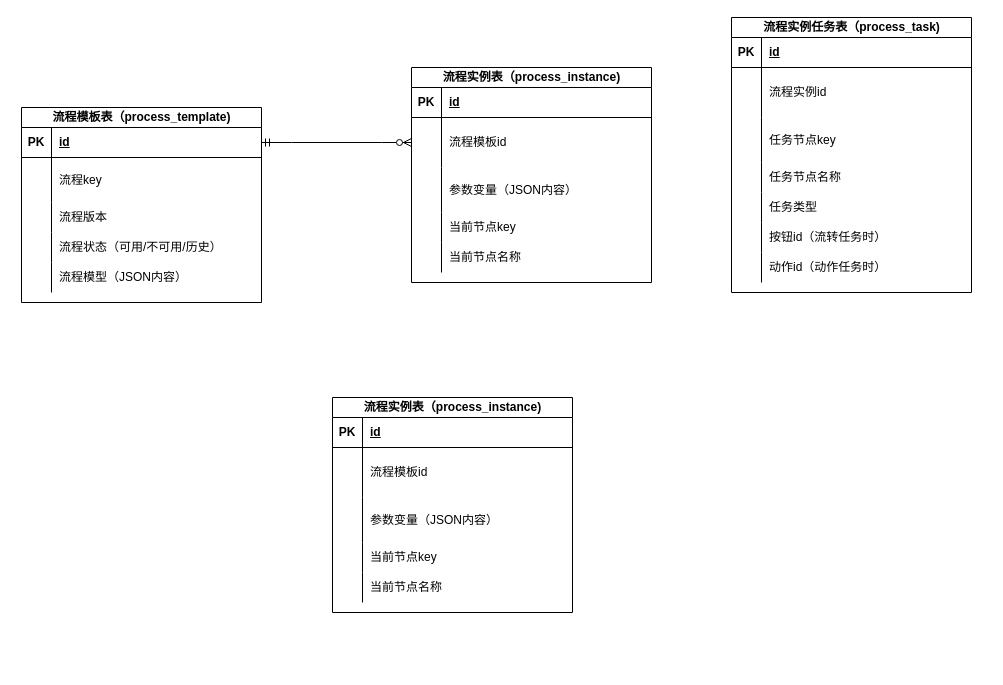
cnbeiyu/cxx-graduation keeps this draw.io diagram as page "第 2 页" (2 of 2) of domino er图.drawio. Above is the earlier version. Source tidied: cells renumbered, new cells numbered last; positions are measured from the earlier drawing's top-left corner, leaving out a move shared by most shapes. Both pictures are drawn from the tidied source at 100%, with x=0, y=0 at pixel (21, 17).
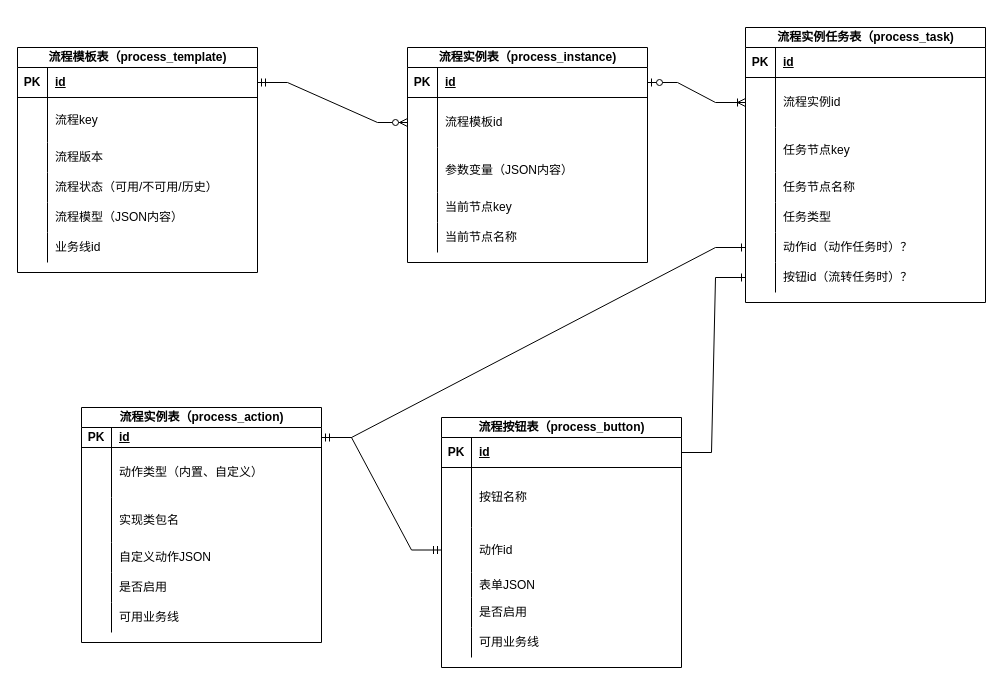
Above is the later version.

The change refers to these unchanged cells:
```xml
<mxCell id="19" style="shape=tableRow;horizontal=0;startSize=0;swimlaneHead=0;swimlaneBody=0;fillColor=none;points=[[0,0.5],[1,0.5]];portConstraint=eastwest;top=0;left=0;right=0;bottom=1;labelBackgroundColor=none;" parent="18" vertex="1">
  <mxGeometry y="20" width="240" height="30" as="geometry" />
</mxCell>
<mxCell id="39" style="shape=tableRow;horizontal=0;startSize=0;swimlaneHead=0;swimlaneBody=0;fillColor=none;points=[[0,0.5],[1,0.5]];portConstraint=eastwest;top=0;left=0;right=0;bottom=0;labelBackgroundColor=none;" parent="35" vertex="1">
  <mxGeometry y="50" width="240" height="50" as="geometry" />
</mxCell>
<mxCell id="51" style="shape=tableRow;horizontal=0;startSize=0;swimlaneHead=0;swimlaneBody=0;fillColor=none;points=[[0,0.5],[1,0.5]];portConstraint=eastwest;top=0;left=0;right=0;bottom=0;labelBackgroundColor=none;" parent="35" vertex="1">
  <mxGeometry y="205" width="240" height="30" as="geometry" />
</mxCell>
<mxCell id="54" style="shape=tableRow;horizontal=0;startSize=0;swimlaneHead=0;swimlaneBody=0;fillColor=none;points=[[0,0.5],[1,0.5]];portConstraint=eastwest;top=0;left=0;right=0;bottom=0;labelBackgroundColor=none;" parent="35" vertex="1">
  <mxGeometry y="235" width="240" height="30" as="geometry" />
</mxCell>
```

Change to the diagram source:
```diff
@@
     <mxCell id="2" value="流程模板表（process_template)" style="shape=table;startSize=20;childLayout=tableLayout;rowLines=0;fontStyle=1;align=center;html=1;strokeWidth=1;labelBackgroundColor=none;" parent="1" vertex="1">
-      <mxGeometry y="90" width="240" height="195" as="geometry" />
+      <mxGeometry x="-4" y="30" width="240" height="225" as="geometry" />
     </mxCell>
@@
+    <mxCell id="73" style="shape=tableRow;horizontal=0;startSize=0;swimlaneHead=0;swimlaneBody=0;fillColor=none;top=0;left=0;right=0;bottom=0;labelBackgroundColor=none;" parent="2" vertex="1">
+      <mxGeometry y="185" width="240" height="30" as="geometry" />
+    </mxCell>
+    <mxCell id="74" style="shape=partialRectangle;fillColor=none;top=0;left=0;bottom=0;right=0;overflow=hidden;whiteSpace=wrap;html=1;labelBackgroundColor=none;" parent="73" vertex="1">
+      <mxGeometry width="30" height="30" as="geometry" />
+    </mxCell>
+    <mxCell id="75" value="业务线id" style="shape=partialRectangle;fillColor=none;top=0;left=0;bottom=0;right=0;align=left;spacingLeft=6;overflow=hidden;whiteSpace=wrap;html=1;labelBackgroundColor=none;" parent="73" vertex="1">
+      <mxGeometry x="30" width="210" height="30" as="geometry" />
+    </mxCell>
     <mxCell id="18" value="流程实例表（process_instance)" style="shape=table;startSize=20;childLayout=tableLayout;rowLines=0;fontStyle=1;align=center;html=1;strokeWidth=1;labelBackgroundColor=none;" parent="1" vertex="1">
-      <mxGeometry x="390" y="50" width="240" height="215" as="geometry" />
+      <mxGeometry x="386" y="30" width="240" height="215" as="geometry" />
     </mxCell>
@@
     <mxCell id="35" value="流程实例任务表（process_task)" style="shape=table;startSize=20;childLayout=tableLayout;rowLines=0;fontStyle=1;align=center;html=1;strokeWidth=1;labelBackgroundColor=none;" parent="1" vertex="1">
-      <mxGeometry x="710" width="240" height="275" as="geometry" />
+      <mxGeometry x="724" y="10" width="240" height="275" as="geometry" />
     </mxCell>
@@
-    <mxCell id="53" value="按钮id（流转任务时）" style="shape=partialRectangle;fillColor=none;top=0;left=0;bottom=0;right=0;align=left;spacingLeft=6;overflow=hidden;whiteSpace=wrap;html=1;labelBackgroundColor=none;" parent="51" vertex="1">
+    <mxCell id="53" value="动作id（动作任务时）？" style="shape=partialRectangle;fillColor=none;top=0;left=0;bottom=0;right=0;align=left;spacingLeft=6;overflow=hidden;whiteSpace=wrap;html=1;labelBackgroundColor=none;" parent="51" vertex="1">
       <mxGeometry x="30" width="210" height="30" as="geometry" />
     </mxCell>
@@
-    <mxCell id="56" value="动作id（动作任务时）" style="shape=partialRectangle;fillColor=none;top=0;left=0;bottom=0;right=0;align=left;spacingLeft=6;overflow=hidden;whiteSpace=wrap;html=1;labelBackgroundColor=none;" parent="54" vertex="1">
+    <mxCell id="56" value="按钮id（流转任务时）？" style="shape=partialRectangle;fillColor=none;top=0;left=0;bottom=0;right=0;align=left;spacingLeft=6;overflow=hidden;whiteSpace=wrap;html=1;labelBackgroundColor=none;" parent="54" vertex="1">
       <mxGeometry x="30" width="210" height="30" as="geometry" />
     </mxCell>
-    <mxCell id="57" value="流程实例表（process_instance)" style="shape=table;startSize=20;childLayout=tableLayout;rowLines=0;fontStyle=1;align=center;html=1;strokeWidth=1;labelBackgroundColor=none;" parent="1" vertex="1">
-      <mxGeometry x="311" y="380" width="240" height="215" as="geometry" />
+    <mxCell id="57" value="流程实例表（process_action)" style="shape=table;startSize=20;childLayout=tableLayout;rowLines=0;fontStyle=1;align=center;html=1;strokeWidth=1;labelBackgroundColor=none;" parent="1" vertex="1">
+      <mxGeometry x="60" y="390" width="240" height="235" as="geometry" />
     </mxCell>
     <mxCell id="58" style="shape=tableRow;horizontal=0;startSize=0;swimlaneHead=0;swimlaneBody=0;fillColor=none;points=[[0,0.5],[1,0.5]];portConstraint=eastwest;top=0;left=0;right=0;bottom=1;labelBackgroundColor=none;" parent="57" vertex="1">
-      <mxGeometry y="20" width="240" height="30" as="geometry" />
+      <mxGeometry y="20" width="240" height="20" as="geometry" />
     </mxCell>
     <mxCell id="59" value="PK" style="shape=partialRectangle;fillColor=none;top=0;left=0;bottom=0;right=0;fontStyle=1;overflow=hidden;whiteSpace=wrap;html=1;labelBackgroundColor=none;" parent="58" vertex="1">
-      <mxGeometry width="30" height="30" as="geometry" />
+      <mxGeometry width="30" height="20" as="geometry" />
     </mxCell>
     <mxCell id="60" value="id" style="shape=partialRectangle;fillColor=none;top=0;left=0;bottom=0;right=0;align=left;spacingLeft=6;fontStyle=5;overflow=hidden;whiteSpace=wrap;html=1;labelBackgroundColor=none;" parent="58" vertex="1">
-      <mxGeometry x="30" width="210" height="30" as="geometry" />
+      <mxGeometry x="30" width="210" height="20" as="geometry" />
     </mxCell>
     <mxCell id="61" style="shape=tableRow;horizontal=0;startSize=0;swimlaneHead=0;swimlaneBody=0;fillColor=none;top=0;left=0;right=0;bottom=0;labelBackgroundColor=none;" parent="57" vertex="1">
-      <mxGeometry y="50" width="240" height="50" as="geometry" />
+      <mxGeometry y="40" width="240" height="50" as="geometry" />
     </mxCell>
@@
-    <mxCell id="63" value="流程模板id" style="shape=partialRectangle;fillColor=none;top=0;left=0;bottom=0;right=0;align=left;spacingLeft=6;overflow=hidden;whiteSpace=wrap;html=1;labelBackgroundColor=none;" parent="61" vertex="1">
+    <mxCell id="63" value="动作类型（内置、自定义）" style="shape=partialRectangle;fillColor=none;top=0;left=0;bottom=0;right=0;align=left;spacingLeft=6;overflow=hidden;whiteSpace=wrap;html=1;labelBackgroundColor=none;" parent="61" vertex="1">
       <mxGeometry x="30" width="210" height="50" as="geometry" />
     </mxCell>
     <mxCell id="64" style="shape=tableRow;horizontal=0;startSize=0;swimlaneHead=0;swimlaneBody=0;fillColor=none;top=0;left=0;right=0;bottom=0;labelBackgroundColor=none;" parent="57" vertex="1">
-      <mxGeometry y="100" width="240" height="45" as="geometry" />
+      <mxGeometry y="90" width="240" height="45" as="geometry" />
     </mxCell>
@@
-    <mxCell id="66" value="参数变量（JSON内容）" style="shape=partialRectangle;fillColor=none;top=0;left=0;bottom=0;right=0;align=left;spacingLeft=6;overflow=hidden;whiteSpace=wrap;html=1;labelBackgroundColor=none;" parent="64" vertex="1">
+    <mxCell id="66" value="实现类包名" style="shape=partialRectangle;fillColor=none;top=0;left=0;bottom=0;right=0;align=left;spacingLeft=6;overflow=hidden;whiteSpace=wrap;html=1;labelBackgroundColor=none;" parent="64" vertex="1">
       <mxGeometry x="30" width="210" height="45" as="geometry" />
     </mxCell>
     <mxCell id="67" style="shape=tableRow;horizontal=0;startSize=0;swimlaneHead=0;swimlaneBody=0;fillColor=none;top=0;left=0;right=0;bottom=0;labelBackgroundColor=none;" parent="57" vertex="1">
-      <mxGeometry y="145" width="240" height="30" as="geometry" />
+      <mxGeometry y="135" width="240" height="30" as="geometry" />
     </mxCell>
@@
-    <mxCell id="69" value="当前节点key" style="shape=partialRectangle;fillColor=none;top=0;left=0;bottom=0;right=0;align=left;spacingLeft=6;overflow=hidden;whiteSpace=wrap;html=1;labelBackgroundColor=none;" parent="67" vertex="1">
+    <mxCell id="69" value="自定义动作JSON" style="shape=partialRectangle;fillColor=none;top=0;left=0;bottom=0;right=0;align=left;spacingLeft=6;overflow=hidden;whiteSpace=wrap;html=1;labelBackgroundColor=none;" parent="67" vertex="1">
       <mxGeometry x="30" width="210" height="30" as="geometry" />
     </mxCell>
     <mxCell id="70" style="shape=tableRow;horizontal=0;startSize=0;swimlaneHead=0;swimlaneBody=0;fillColor=none;top=0;left=0;right=0;bottom=0;labelBackgroundColor=none;" parent="57" vertex="1">
-      <mxGeometry y="175" width="240" height="30" as="geometry" />
+      <mxGeometry y="165" width="240" height="30" as="geometry" />
     </mxCell>
@@
-    <mxCell id="72" value="当前节点名称" style="shape=partialRectangle;fillColor=none;top=0;left=0;bottom=0;right=0;align=left;spacingLeft=6;overflow=hidden;whiteSpace=wrap;html=1;labelBackgroundColor=none;" parent="70" vertex="1">
+    <mxCell id="72" value="是否启用" style="shape=partialRectangle;fillColor=none;top=0;left=0;bottom=0;right=0;align=left;spacingLeft=6;overflow=hidden;whiteSpace=wrap;html=1;labelBackgroundColor=none;" parent="70" vertex="1">
       <mxGeometry x="30" width="210" height="30" as="geometry" />
     </mxCell>
+    <mxCell id="76" style="shape=tableRow;horizontal=0;startSize=0;swimlaneHead=0;swimlaneBody=0;fillColor=none;top=0;left=0;right=0;bottom=0;labelBackgroundColor=none;" parent="57" vertex="1">
+      <mxGeometry y="195" width="240" height="30" as="geometry" />
+    </mxCell>
+    <mxCell id="77" style="shape=partialRectangle;fillColor=none;top=0;left=0;bottom=0;right=0;overflow=hidden;whiteSpace=wrap;html=1;labelBackgroundColor=none;" parent="76" vertex="1">
+      <mxGeometry width="30" height="30" as="geometry" />
+    </mxCell>
+    <mxCell id="78" value="可用业务线" style="shape=partialRectangle;fillColor=none;top=0;left=0;bottom=0;right=0;align=left;spacingLeft=6;overflow=hidden;whiteSpace=wrap;html=1;labelBackgroundColor=none;" parent="76" vertex="1">
+      <mxGeometry x="30" width="210" height="30" as="geometry" />
+    </mxCell>
+    <mxCell id="79" value="流程按钮表（process_button)" style="shape=table;startSize=20;childLayout=tableLayout;rowLines=0;fontStyle=1;align=center;html=1;strokeWidth=1;labelBackgroundColor=none;" parent="1" vertex="1">
+      <mxGeometry x="420" y="400" width="240" height="250" as="geometry" />
+    </mxCell>
+    <mxCell id="80" style="shape=tableRow;horizontal=0;startSize=0;swimlaneHead=0;swimlaneBody=0;fillColor=none;points=[[0,0.5],[1,0.5]];portConstraint=eastwest;top=0;left=0;right=0;bottom=1;labelBackgroundColor=none;" parent="79" vertex="1">
+      <mxGeometry y="20" width="240" height="30" as="geometry" />
+    </mxCell>
+    <mxCell id="81" value="PK" style="shape=partialRectangle;fillColor=none;top=0;left=0;bottom=0;right=0;fontStyle=1;overflow=hidden;whiteSpace=wrap;html=1;labelBackgroundColor=none;" parent="80" vertex="1">
+      <mxGeometry width="30" height="30" as="geometry" />
+    </mxCell>
+    <mxCell id="82" value="id" style="shape=partialRectangle;fillColor=none;top=0;left=0;bottom=0;right=0;align=left;spacingLeft=6;fontStyle=5;overflow=hidden;whiteSpace=wrap;html=1;labelBackgroundColor=none;" parent="80" vertex="1">
+      <mxGeometry x="30" width="210" height="30" as="geometry" />
+    </mxCell>
+    <mxCell id="83" style="shape=tableRow;horizontal=0;startSize=0;swimlaneHead=0;swimlaneBody=0;fillColor=none;top=0;left=0;right=0;bottom=0;labelBackgroundColor=none;" parent="79" vertex="1">
+      <mxGeometry y="50" width="240" height="60" as="geometry" />
+    </mxCell>
+    <mxCell id="84" style="shape=partialRectangle;fillColor=none;top=0;left=0;bottom=0;right=0;overflow=hidden;whiteSpace=wrap;html=1;labelBackgroundColor=none;" parent="83" vertex="1">
+      <mxGeometry width="30" height="60" as="geometry" />
+    </mxCell>
+    <mxCell id="85" value="按钮名称" style="shape=partialRectangle;fillColor=none;top=0;left=0;bottom=0;right=0;align=left;spacingLeft=6;overflow=hidden;whiteSpace=wrap;html=1;labelBackgroundColor=none;" parent="83" vertex="1">
+      <mxGeometry x="30" width="210" height="60" as="geometry" />
+    </mxCell>
+    <mxCell id="86" style="shape=tableRow;horizontal=0;startSize=0;swimlaneHead=0;swimlaneBody=0;fillColor=none;points=[[0,0.5],[1,0.5]];portConstraint=eastwest;top=0;left=0;right=0;bottom=0;labelBackgroundColor=none;" parent="79" vertex="1">
+      <mxGeometry y="110" width="240" height="45" as="geometry" />
+    </mxCell>
+    <mxCell id="87" style="shape=partialRectangle;fillColor=none;top=0;left=0;bottom=0;right=0;overflow=hidden;whiteSpace=wrap;html=1;labelBackgroundColor=none;" parent="86" vertex="1">
+      <mxGeometry width="30" height="45" as="geometry" />
+    </mxCell>
+    <mxCell id="88" value="动作id" style="shape=partialRectangle;fillColor=none;top=0;left=0;bottom=0;right=0;align=left;spacingLeft=6;overflow=hidden;whiteSpace=wrap;html=1;labelBackgroundColor=none;" parent="86" vertex="1">
+      <mxGeometry x="30" width="210" height="45" as="geometry" />
+    </mxCell>
+    <mxCell id="89" style="shape=tableRow;horizontal=0;startSize=0;swimlaneHead=0;swimlaneBody=0;fillColor=none;top=0;left=0;right=0;bottom=0;labelBackgroundColor=none;" parent="79" vertex="1">
+      <mxGeometry y="155" width="240" height="25" as="geometry" />
+    </mxCell>
+    <mxCell id="90" style="shape=partialRectangle;fillColor=none;top=0;left=0;bottom=0;right=0;overflow=hidden;whiteSpace=wrap;html=1;labelBackgroundColor=none;" parent="89" vertex="1">
+      <mxGeometry width="30" height="25" as="geometry" />
+    </mxCell>
+    <mxCell id="91" value="表单JSON" style="shape=partialRectangle;fillColor=none;top=0;left=0;bottom=0;right=0;align=left;spacingLeft=6;overflow=hidden;whiteSpace=wrap;html=1;labelBackgroundColor=none;" parent="89" vertex="1">
+      <mxGeometry x="30" width="210" height="25" as="geometry" />
+    </mxCell>
+    <mxCell id="92" style="shape=tableRow;horizontal=0;startSize=0;swimlaneHead=0;swimlaneBody=0;fillColor=none;top=0;left=0;right=0;bottom=0;labelBackgroundColor=none;" parent="79" vertex="1">
+      <mxGeometry y="180" width="240" height="30" as="geometry" />
+    </mxCell>
+    <mxCell id="93" style="shape=partialRectangle;fillColor=none;top=0;left=0;bottom=0;right=0;overflow=hidden;whiteSpace=wrap;html=1;labelBackgroundColor=none;" parent="92" vertex="1">
+      <mxGeometry width="30" height="30" as="geometry" />
+    </mxCell>
+    <mxCell id="94" value="是否启用" style="shape=partialRectangle;fillColor=none;top=0;left=0;bottom=0;right=0;align=left;spacingLeft=6;overflow=hidden;whiteSpace=wrap;html=1;labelBackgroundColor=none;" parent="92" vertex="1">
+      <mxGeometry x="30" width="210" height="30" as="geometry" />
+    </mxCell>
+    <mxCell id="95" style="shape=tableRow;horizontal=0;startSize=0;swimlaneHead=0;swimlaneBody=0;fillColor=none;top=0;left=0;right=0;bottom=0;labelBackgroundColor=none;" parent="79" vertex="1">
+      <mxGeometry y="210" width="240" height="30" as="geometry" />
+    </mxCell>
+    <mxCell id="96" style="shape=partialRectangle;fillColor=none;top=0;left=0;bottom=0;right=0;overflow=hidden;whiteSpace=wrap;html=1;labelBackgroundColor=none;" parent="95" vertex="1">
+      <mxGeometry width="30" height="30" as="geometry" />
+    </mxCell>
+    <mxCell id="97" value="可用业务线" style="shape=partialRectangle;fillColor=none;top=0;left=0;bottom=0;right=0;align=left;spacingLeft=6;overflow=hidden;whiteSpace=wrap;html=1;labelBackgroundColor=none;" parent="95" vertex="1">
+      <mxGeometry x="30" width="210" height="30" as="geometry" />
+    </mxCell>
+    <mxCell id="98" style="edgeStyle=entityRelationEdgeStyle;fontSize=12;html=1;endArrow=ERmandOne;startArrow=ERmandOne;rounded=0;exitX=1;exitY=0.5;exitDx=0;exitDy=0;" parent="1" edge="1" source="58" target="86">
+      <mxGeometry relative="1" as="geometry" />
+    </mxCell>
+    <mxCell id="99" style="edgeStyle=entityRelationEdgeStyle;fontSize=12;html=1;endArrow=ERone;endFill=1;rounded=0;entryX=0;entryY=0.5;entryDx=0;entryDy=0;exitX=1;exitY=0.5;exitDx=0;exitDy=0;" parent="1" edge="1" source="80" target="54">
+      <mxGeometry relative="1" as="geometry" />
+    </mxCell>
+    <mxCell id="100" style="edgeStyle=entityRelationEdgeStyle;fontSize=12;html=1;endArrow=ERone;endFill=1;rounded=0;exitX=1;exitY=0.5;exitDx=0;exitDy=0;entryX=0;entryY=0.5;entryDx=0;entryDy=0;" parent="1" edge="1" source="58" target="51">
+      <mxGeometry relative="1" as="geometry">
+        <Array as="points">
+          <mxPoint x="590" y="350" />
+          <mxPoint x="490" y="360" />
+          <mxPoint x="560" y="390" />
+        </Array>
+      </mxGeometry>
+    </mxCell>
+    <mxCell id="101" style="edgeStyle=entityRelationEdgeStyle;fontSize=12;html=1;endArrow=ERoneToMany;startArrow=ERzeroToOne;rounded=0;" parent="1" edge="1" source="19" target="39">
+      <mxGeometry relative="1" as="geometry">
+        <Array as="points">
+          <mxPoint x="640" y="20" />
+          <mxPoint x="620" y="20" />
+        </Array>
+      </mxGeometry>
+    </mxCell>
```
